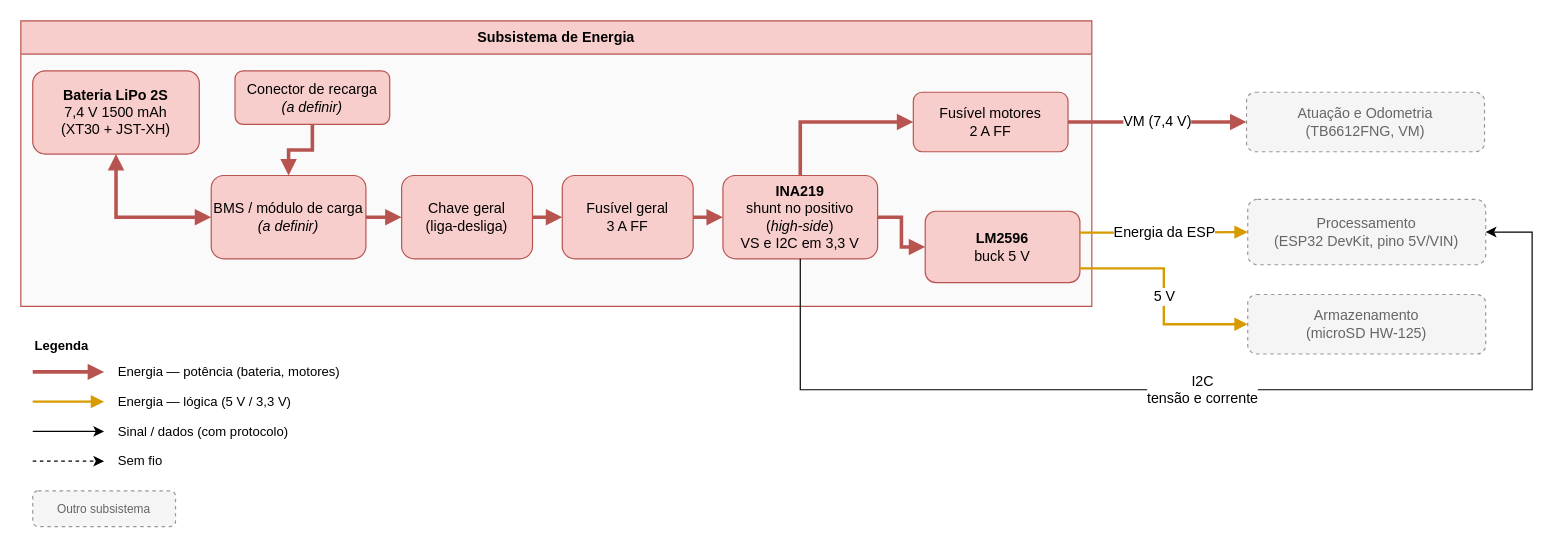
The draw.io diagram page "Energia" (2 of 6) of hw/Placa de Integração/Diagrama de blocos/Diagrama de blocos.drawio in fcte-pi1/2026.2_PI1_Grupo2_Hilmer, before the edit. Source tidied: cells renumbered, new cells numbered last; positions are measured from the earlier drawing's top-left corner, leaving out a move shared by most shapes. Both pictures are drawn from the tidied source at 119%, with x=0, y=0 at pixel (20, 20).
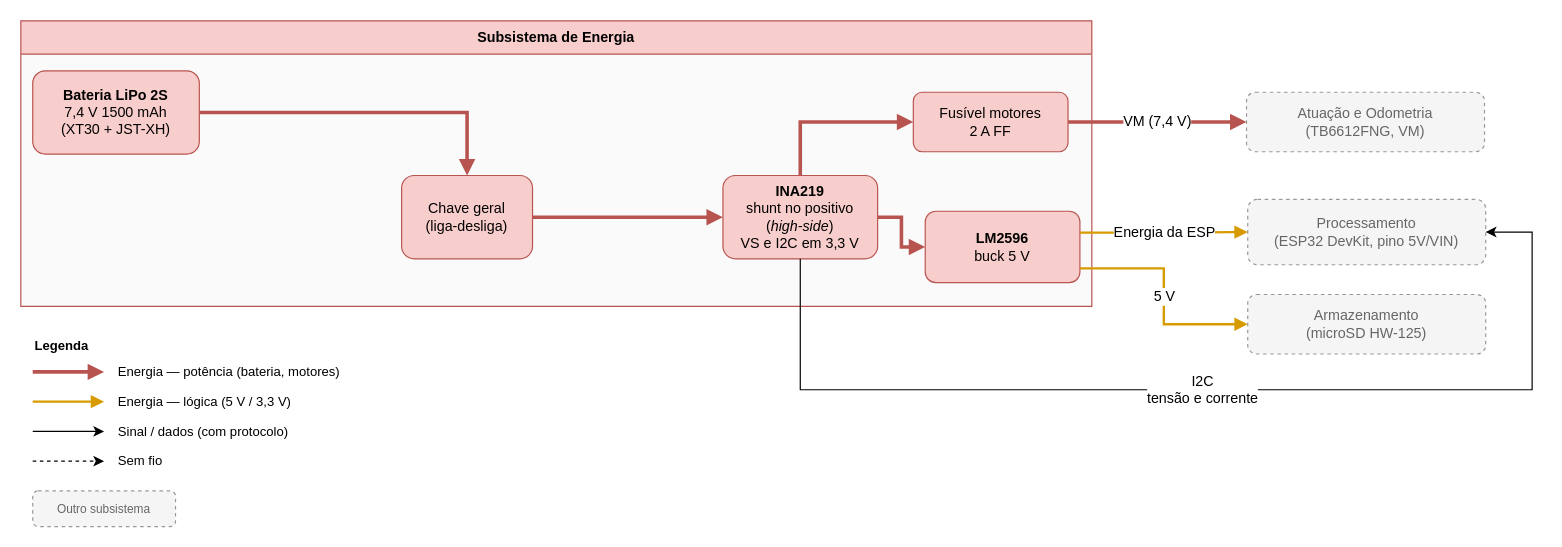
The same diagram, later.

Commit message (it also covers changes not shown here):
[Hardware] Remove BMS, conector de recarga e fusivel geral do diagrama de blocos

Unchanged cells that the change refers to:
```xml
<mxCell id="2" value="Subsistema de Energia" style="swimlane;whiteSpace=wrap;html=1;startSize=28;fillColor=#f8cecc;strokeColor=#b85450;swimlaneFillColor=#FAFAFA;fontStyle=1;" parent="1" vertex="1">
  <mxGeometry width="900" height="240" as="geometry" />
</mxCell>
<mxCell id="4" value="&lt;b&gt;Bateria LiPo 2S&lt;/b&gt;&lt;br&gt;7,4 V 1500 mAh&lt;br&gt;(XT30 + JST-XH)" style="rounded=1;whiteSpace=wrap;html=1;fillColor=#f8cecc;strokeColor=#b85450;" parent="2" vertex="1">
  <mxGeometry x="10" y="42" width="140" height="70" as="geometry" />
</mxCell>
<mxCell id="6" value="Chave geral&lt;br&gt;(liga-desliga)" style="rounded=1;whiteSpace=wrap;html=1;fillColor=#f8cecc;strokeColor=#b85450;" parent="2" vertex="1">
  <mxGeometry x="320" y="130" width="110" height="70" as="geometry" />
</mxCell>
<mxCell id="8" value="&lt;b&gt;INA219&lt;/b&gt;&lt;br&gt;shunt no positivo&lt;br&gt;(&lt;i&gt;high-side&lt;/i&gt;)&lt;br&gt;VS e I2C em 3,3 V" style="rounded=1;whiteSpace=wrap;html=1;fillColor=#f8cecc;strokeColor=#b85450;" parent="2" vertex="1">
  <mxGeometry x="590" y="130" width="130" height="70" as="geometry" />
</mxCell>
```

Change to the diagram source:
```diff
@@
-    <mxCell id="3" value="Conector de recarga&lt;br&gt;&lt;i&gt;(a definir)&lt;/i&gt;" style="rounded=1;whiteSpace=wrap;html=1;fillColor=#f8cecc;strokeColor=#b85450;" parent="2" vertex="1">
-      <mxGeometry x="180" y="42" width="130" height="45" as="geometry" />
-    </mxCell>
@@
-    <mxCell id="5" value="BMS / módulo de carga&lt;br&gt;&lt;i&gt;(a definir)&lt;/i&gt;" style="rounded=1;whiteSpace=wrap;html=1;fillColor=#f8cecc;strokeColor=#b85450;" parent="2" vertex="1">
-      <mxGeometry x="160" y="130" width="130" height="70" as="geometry" />
-    </mxCell>
@@
-    <mxCell id="7" value="Fusível geral&lt;br&gt;3 A FF" style="rounded=1;whiteSpace=wrap;html=1;fillColor=#f8cecc;strokeColor=#b85450;" parent="2" vertex="1">
-      <mxGeometry x="455" y="130" width="110" height="70" as="geometry" />
-    </mxCell>
@@
-    <mxCell id="11" style="edgeStyle=orthogonalEdgeStyle;rounded=0;jettySize=auto;html=1;labelBackgroundColor=#FFFFFF;fontSize=10;strokeWidth=3;strokeColor=#B85450;endArrow=block;endFill=1;startArrow=block;startFill=1;exitX=0.5;exitY=1;exitDx=0;exitDy=0;entryX=0;entryY=0.5;entryDx=0;entryDy=0;" parent="2" edge="1" source="4" target="5">
-      <mxGeometry relative="1" as="geometry">
-        <Array as="points">
-          <mxPoint x="80" y="165" />
-        </Array>
-      </mxGeometry>
-    </mxCell>
@@
-    <mxCell id="15" style="edgeStyle=orthogonalEdgeStyle;rounded=0;jettySize=auto;html=1;labelBackgroundColor=#FFFFFF;fontSize=10;strokeWidth=3;strokeColor=#B85450;endArrow=block;endFill=1;" parent="1" edge="1" source="3" target="5">
-      <mxGeometry relative="1" as="geometry" />
-    </mxCell>
-    <mxCell id="16" style="edgeStyle=orthogonalEdgeStyle;rounded=0;jettySize=auto;html=1;labelBackgroundColor=#FFFFFF;fontSize=10;strokeWidth=3;strokeColor=#B85450;endArrow=block;endFill=1;" parent="1" edge="1" source="5" target="6">
-      <mxGeometry relative="1" as="geometry" />
-    </mxCell>
-    <mxCell id="17" style="edgeStyle=orthogonalEdgeStyle;rounded=0;jettySize=auto;html=1;labelBackgroundColor=#FFFFFF;fontSize=10;strokeWidth=3;strokeColor=#B85450;endArrow=block;endFill=1;" parent="1" edge="1" source="6" target="7">
-      <mxGeometry relative="1" as="geometry" />
-    </mxCell>
-    <mxCell id="18" style="edgeStyle=orthogonalEdgeStyle;rounded=0;jettySize=auto;html=1;labelBackgroundColor=#FFFFFF;fontSize=10;strokeWidth=3;strokeColor=#B85450;endArrow=block;endFill=1;" parent="1" edge="1" source="7" target="8">
-      <mxGeometry relative="1" as="geometry" />
-    </mxCell>
@@
+    <mxCell id="16" style="edgeStyle=orthogonalEdgeStyle;rounded=0;jettySize=auto;html=1;labelBackgroundColor=#FFFFFF;fontSize=10;strokeWidth=3;strokeColor=#B85450;endArrow=block;endFill=1;" parent="1" edge="1" source="4" target="6">
+      <mxGeometry relative="1" as="geometry" />
+    </mxCell>
+    <mxCell id="18" style="edgeStyle=orthogonalEdgeStyle;rounded=0;jettySize=auto;html=1;labelBackgroundColor=#FFFFFF;fontSize=10;strokeWidth=3;strokeColor=#B85450;endArrow=block;endFill=1;" parent="1" edge="1" source="6" target="8">
+      <mxGeometry relative="1" as="geometry" />
+    </mxCell>
```
